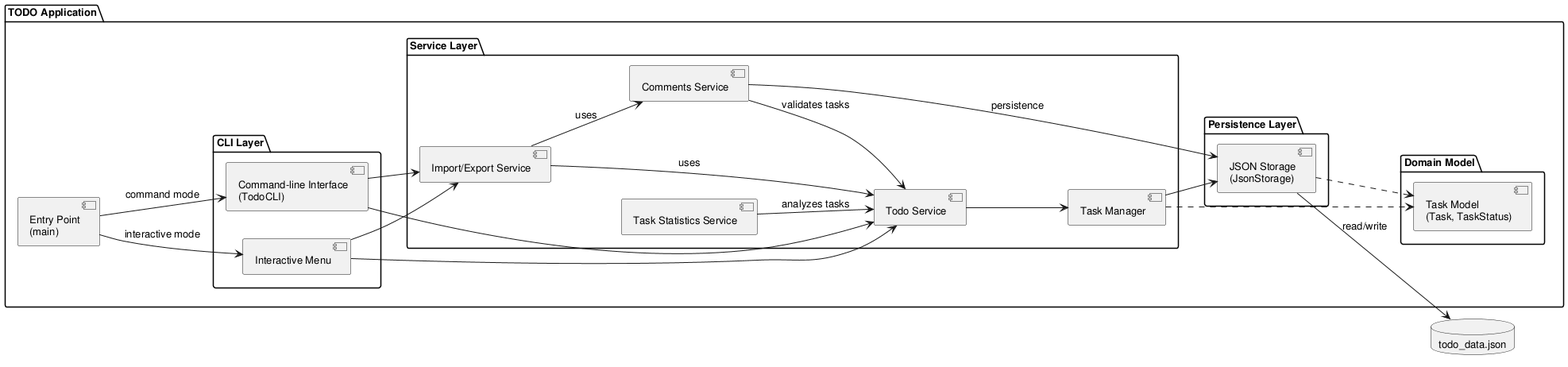
Before: experiments/pipeline/test_driven/TODO/artifacts/component_diagram.png, a diagram exported from PlantUML (DanielRiha8906/Software_autoevolution_using_agents).
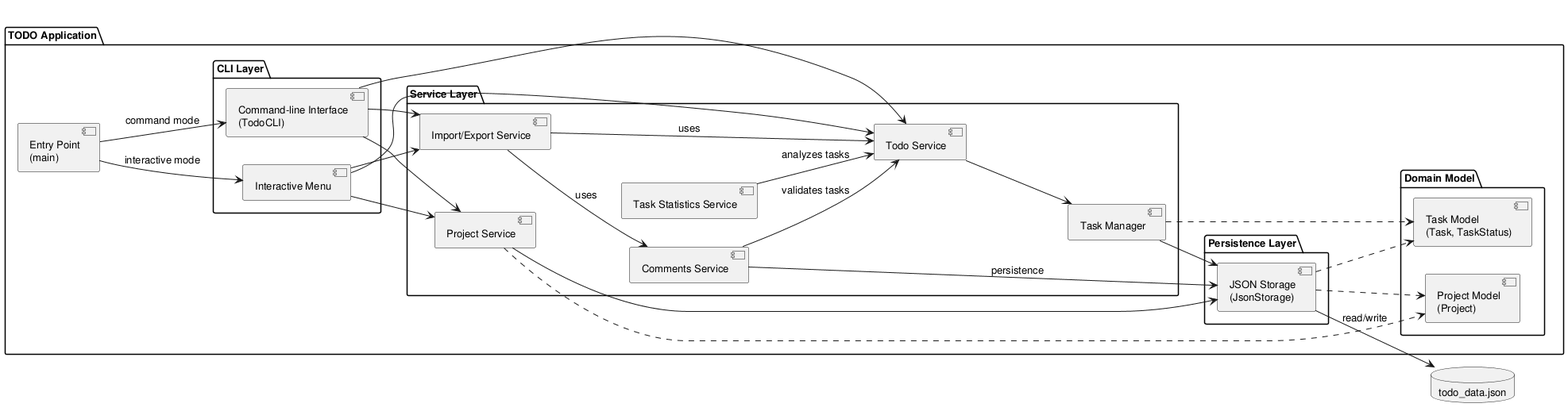
The same diagram one commit later.

The edit, as a diff of the source:
```diff
@@ -17,6 +17,7 @@
     package "Service Layer" {
         component "Todo Service" as SVC
         component "Task Manager" as MGR
+        component "Project Service" as PSVC
         component "Comments Service" as CSVC
         component "Task Statistics Service" as STATS
         component "Import/Export Service" as IESVC
@@ -24,6 +25,7 @@
 
     package "Domain Model" {
         component "Task Model\n(Task, TaskStatus)" as Model
+        component "Project Model\n(Project)" as PModel
     }
 
     package "Persistence Layer" {
@@ -37,11 +39,14 @@
 Main --> CLI : command mode
 
 IM --> SVC
+IM --> PSVC
 IM --> IESVC
 CLI --> SVC
+CLI --> PSVC
 CLI --> IESVC
 
 SVC --> MGR
+PSVC --> Storage
 CSVC --> SVC : validates tasks
 CSVC --> Storage : persistence
 STATS --> SVC : analyzes tasks
@@ -49,7 +54,9 @@
 IESVC --> CSVC : uses
 MGR --> Storage
 MGR ..> Model
+PSVC ..> PModel
 Storage ..> Model
+Storage ..> PModel
 
 Storage --> DB : read/write
 
```
